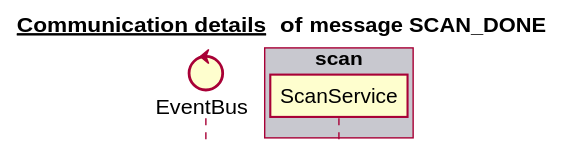
Before: docs/latest/images/gen_domain_messaging_scan_done.svg, a diagram exported from PlantUML (mercedes-benz/sechub). Its diagram source:
```plantuml
@startuml


title __Communication details __ of **message SCAN_DONE**
skinparam style strictuml


control EventBus
box "scan" #C8C8CF
   participant ScanService
end box
box "schedule" #F8F8FF
end box
box "authorization" #C8C8CF
end box
box "notification" #F8F8FF
end box
box "administration" #C8C8CF
end box


@enduml
```
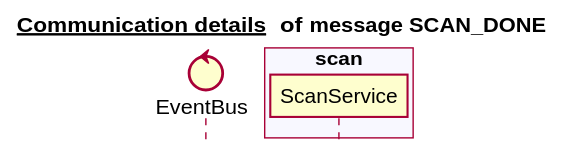
After the commit.

What changed in the source:
```diff
@@ -6,16 +6,16 @@
 
 
 control EventBus
-box "scan" #C8C8CF
+box "authorization" #C8C8CF
+end box
+box "scan" #F8F8FF
    participant ScanService
+end box
+box "administration" #C8C8CF
 end box
 box "schedule" #F8F8FF
 end box
-box "authorization" #C8C8CF
-end box
-box "notification" #F8F8FF
-end box
-box "administration" #C8C8CF
+box "notification" #C8C8CF
 end box
 
 
```
